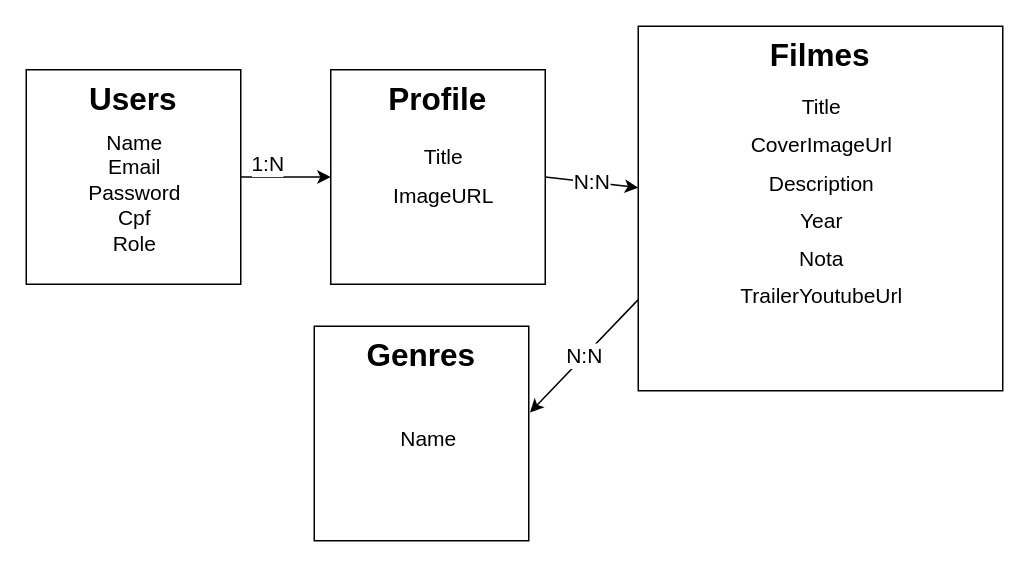
Earlier version of the draw.io diagram server/Structure.drawio (nascimentoemerson/Project-Back---Mod5). Source tidied: cells renumbered, new cells numbered last; positions are measured from the earlier drawing's top-left corner, leaving out a move shared by most shapes. Both pictures are drawn from the tidied source at 150%, with x=0, y=0 at pixel (26, 26).
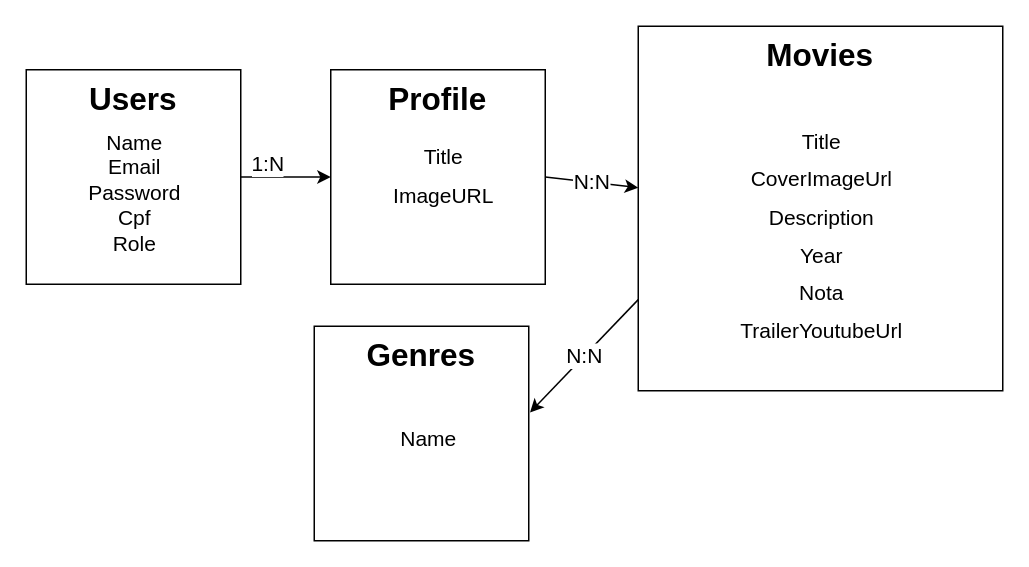
Above is the later version.

Diff of the diagram source:
```diff
@@
 <mxGraphModel>
   <root>
     <mxCell id="0" />
     <mxCell id="1" parent="0" />
     <mxCell id="2" value="1:N" style="edgeStyle=none;html=1;fontFamily=Helvetica;fontSize=14;" parent="1" edge="1" source="3" target="6">
       <mxGeometry x="-0.41" y="9" relative="1" as="geometry" />
     </mxCell>
     <mxCell id="3" value="&lt;font style=&quot;font-size: 21px&quot;&gt;&lt;b&gt;Users&lt;br&gt;&lt;/b&gt;&lt;br&gt;&lt;br&gt;&lt;/font&gt;" style="whiteSpace=wrap;html=1;fontFamily=Helvetica;horizontal=1;verticalAlign=top;" parent="1" vertex="1">
       <mxGeometry y="29" width="143" height="143" as="geometry" />
     </mxCell>
     <mxCell id="4" value="&lt;span&gt;Name&lt;/span&gt;&lt;br&gt;&lt;span&gt;Email&lt;/span&gt;&lt;br&gt;&lt;span&gt;Password&lt;/span&gt;&lt;br&gt;&lt;span&gt;Cpf&lt;/span&gt;&lt;br&gt;&lt;span&gt;Role&lt;/span&gt;" style="text;html=1;align=center;verticalAlign=middle;fillColor=none;strokeColor=none;rounded=0;fontFamily=Helvetica;fontSize=14;" parent="1" vertex="1">
       <mxGeometry x="36" y="66" width="71" height="89" as="geometry" />
     </mxCell>
     <mxCell id="5" value="N:N" style="edgeStyle=none;html=1;exitX=1;exitY=0.5;exitDx=0;exitDy=0;fontFamily=Helvetica;fontSize=14;" parent="1" edge="1" source="6" target="9">
       <mxGeometry relative="1" as="geometry" />
     </mxCell>
     <mxCell id="6" value="&lt;font style=&quot;font-size: 21px&quot;&gt;&lt;b&gt;Profile&lt;br&gt;&lt;/b&gt;&lt;br&gt;&lt;br&gt;&lt;br&gt;&lt;/font&gt;" style="whiteSpace=wrap;html=1;fontFamily=Helvetica;horizontal=1;verticalAlign=top;" parent="1" vertex="1">
       <mxGeometry x="203" y="29" width="143" height="143" as="geometry" />
     </mxCell>
     <mxCell id="7" value="&lt;font style=&quot;font-size: 14px&quot;&gt;Title&lt;br&gt;ImageURL&lt;/font&gt;" style="text;html=1;align=center;verticalAlign=middle;fillColor=none;strokeColor=none;rounded=0;fontFamily=Helvetica;fontSize=21;" parent="1" vertex="1">
       <mxGeometry x="239" y="66" width="77" height="61" as="geometry" />
     </mxCell>
     <mxCell id="8" value="N:N" style="edgeStyle=none;html=1;exitX=0;exitY=0.75;exitDx=0;exitDy=0;entryX=1.006;entryY=0.402;entryDx=0;entryDy=0;entryPerimeter=0;fontFamily=Helvetica;fontSize=14;" parent="1" edge="1" source="9" target="11">
       <mxGeometry relative="1" as="geometry" />
     </mxCell>
-    <mxCell id="9" value="&lt;font style=&quot;font-size: 21px&quot;&gt;&lt;b&gt;Filmes&lt;/b&gt;&lt;br&gt;&lt;br&gt;&lt;br&gt;&lt;/font&gt;" style="whiteSpace=wrap;html=1;fontFamily=Helvetica;horizontal=1;verticalAlign=top;" parent="1" vertex="1">
+    <mxCell id="9" value="&lt;font style=&quot;font-size: 21px&quot;&gt;&lt;b&gt;Movies&lt;/b&gt;&lt;br&gt;&lt;br&gt;&lt;/font&gt;" style="whiteSpace=wrap;html=1;fontFamily=Helvetica;horizontal=1;verticalAlign=top;" parent="1" vertex="1">
       <mxGeometry x="408" width="243" height="243" as="geometry" />
     </mxCell>
     <mxCell id="10" value="&lt;font style=&quot;font-size: 14px&quot;&gt;Title&lt;br&gt;CoverImageUrl&lt;br&gt;Description&lt;br&gt;Year&lt;br&gt;Nota&lt;br&gt;TrailerYoutubeUrl&lt;br&gt;&lt;br&gt;&lt;br&gt;&lt;br&gt;&lt;/font&gt;" style="text;html=1;align=center;verticalAlign=middle;fillColor=none;strokeColor=none;rounded=0;fontFamily=Helvetica;fontSize=21;" parent="1" vertex="1">
-      <mxGeometry x="470.5" y="22" width="118" height="259" as="geometry" />
+      <mxGeometry x="470.5" y="45" width="118" height="259" as="geometry" />
     </mxCell>
     <mxCell id="11" value="&lt;font style=&quot;font-size: 21px&quot;&gt;&lt;b&gt;Genres&lt;/b&gt;&lt;br&gt;&lt;br&gt;&lt;br&gt;&lt;/font&gt;" style="whiteSpace=wrap;html=1;fontFamily=Helvetica;horizontal=1;verticalAlign=top;" parent="1" vertex="1">
       <mxGeometry x="192" y="200" width="143" height="143" as="geometry" />
     </mxCell>
     <mxCell id="12" value="&lt;font style=&quot;font-size: 14px&quot;&gt;Name&lt;br&gt;&lt;/font&gt;" style="text;html=1;align=center;verticalAlign=middle;fillColor=none;strokeColor=none;rounded=0;fontFamily=Helvetica;fontSize=21;" parent="1" vertex="1">
       <mxGeometry x="244" y="256" width="47" height="32" as="geometry" />
     </mxCell>
   </root>
 </mxGraphModel>
```
